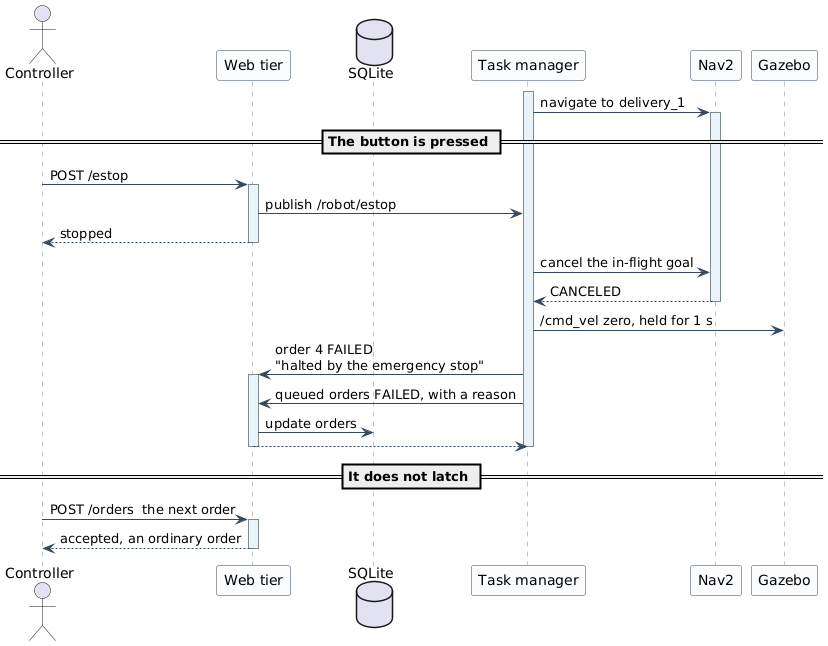
Before: report/Figures/12-sequence-emergency-stop.png, a diagram exported from PlantUML (ArianShafagh/robofetch).
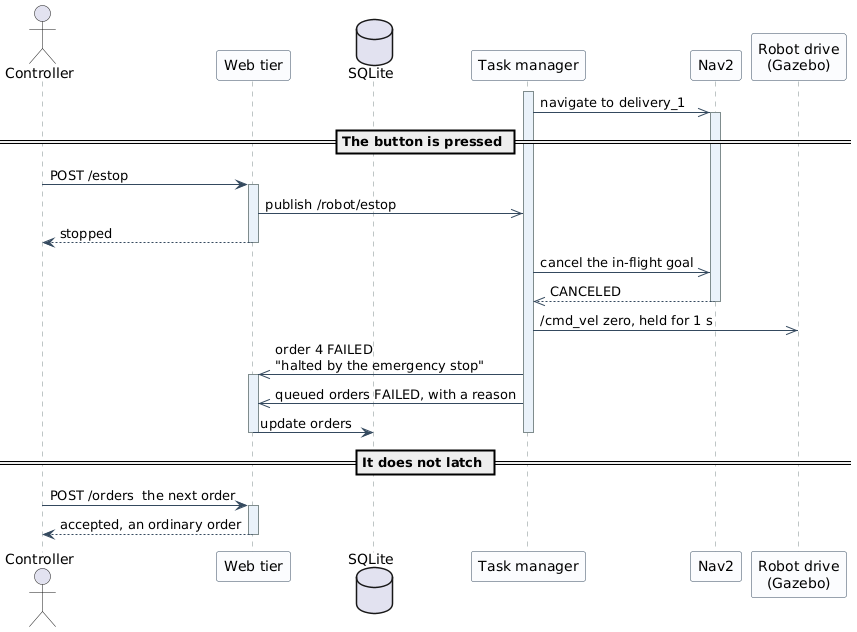
Above is the later version.

Commit message:
Sequence diagrams: remove a reply that does not exist, and fix arrowheads

Change to the diagram source:
```diff
@@ -14,22 +14,23 @@
 database "SQLite" as DB
 participant "Task manager" as TM
 participant "Nav2" as NAV
-participant "Gazebo" as GZ
+participant "Robot drive\n(Gazebo)" as GZ
 
 activate TM
-TM -> NAV ++ : navigate to delivery_1
+TM ->> NAV ++ : navigate to delivery_1
 
 == The button is pressed ==
 C -> API ++ : POST /estop
-API -> TM : publish /robot/estop
+API ->> TM : publish /robot/estop
 API --> C -- : stopped
-TM -> NAV : cancel the in-flight goal
-NAV --> TM -- : CANCELED
-TM -> GZ : /cmd_vel zero, held for 1 s
-TM -> API ++ : order 4 FAILED\n"halted by the emergency stop"
-TM -> API : queued orders FAILED, with a reason
+TM ->> NAV : cancel the in-flight goal
+NAV -->> TM -- : CANCELED
+TM ->> GZ : /cmd_vel zero, held for 1 s
+TM ->> API : order 4 FAILED\n"halted by the emergency stop"
+activate API
+TM ->> API : queued orders FAILED, with a reason
 API -> DB : update orders
-API --> TM --
+deactivate API
 deactivate TM
 
 == It does not latch ==
```
